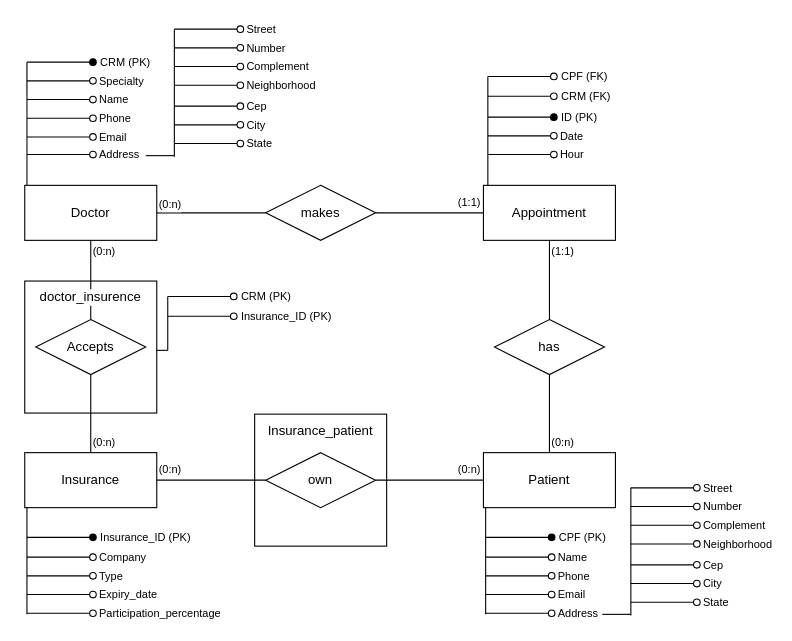
Above: banco_de_dados_relacional_trabalho_MER.drawio in geanbrandao/BDRelacional_T01 (draw.io), before the change. Source tidied: cells renumbered, new cells numbered last; positions are measured from the earlier drawing's top-left corner, leaving out a move shared by most shapes. Both pictures are drawn from the tidied source at 110%, with x=0, y=0 at pixel (24, 19).
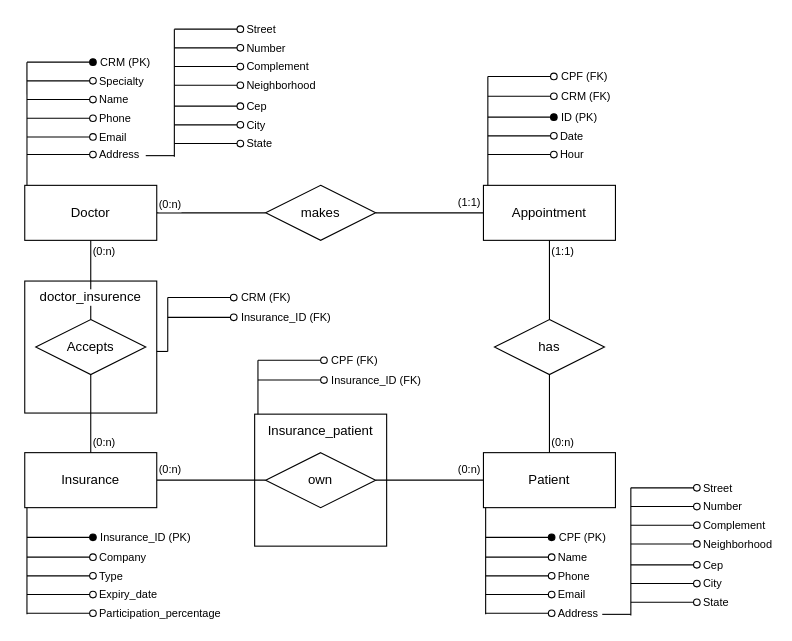
The same page after the edit.

Change to the diagram source:
```diff
@@
     <mxCell id="144" style="group;" parent="1" vertex="1">
-      <mxGeometry x="130" y="261" width="157" height="17" as="geometry" />
+      <mxGeometry x="212" y="319" width="157" height="17" as="geometry" />
     </mxCell>
@@
-    <mxCell id="146" value="&lt;font style=&quot;font-size: 10px;&quot;&gt;Insurance_ID (PK)&lt;/font&gt;" style="text;html=1;align=left;verticalAlign=middle;whiteSpace=wrap;rounded=0;fontFamily=Helvetica;fontSize=12;fontColor=default;" parent="144" vertex="1">
+    <mxCell id="146" value="&lt;font style=&quot;font-size: 10px;&quot;&gt;Insurance_ID (FK)&lt;/font&gt;" style="text;html=1;align=left;verticalAlign=middle;whiteSpace=wrap;rounded=0;fontFamily=Helvetica;fontSize=12;fontColor=default;" parent="144" vertex="1">
       <mxGeometry x="65" width="92" height="17" as="geometry" />
     </mxCell>
     <mxCell id="147" style="group;" parent="1" vertex="1">
-      <mxGeometry x="130" y="243" width="116" height="17" as="geometry" />
+      <mxGeometry x="212" y="301" width="116" height="17" as="geometry" />
     </mxCell>
@@
-    <mxCell id="149" value="&lt;font style=&quot;font-size: 10px;&quot;&gt;CRM (PK)&lt;/font&gt;" style="text;html=1;align=left;verticalAlign=middle;whiteSpace=wrap;rounded=0;fontFamily=Helvetica;fontSize=12;fontColor=default;" parent="147" vertex="1">
+    <mxCell id="149" value="&lt;font style=&quot;font-size: 10px;&quot;&gt;CPF (FK)&lt;/font&gt;" style="text;html=1;align=left;verticalAlign=middle;whiteSpace=wrap;rounded=0;fontFamily=Helvetica;fontSize=12;fontColor=default;" parent="147" vertex="1">
       <mxGeometry x="65" width="51" height="17" as="geometry" />
     </mxCell>
     <mxCell id="150" style="endArrow=none;html=1;rounded=0;fontFamily=Helvetica;fontSize=12;fontColor=default;" parent="1" edge="1">
       <mxGeometry relative="1" as="geometry">
-        <mxPoint x="130" y="301" as="sourcePoint" />
-        <mxPoint x="130" y="252" as="targetPoint" />
+        <mxPoint x="212" y="359" as="sourcePoint" />
+        <mxPoint x="212" y="310" as="targetPoint" />
       </mxGeometry>
     </mxCell>
@@
-    <mxCell id="152" style="endArrow=none;html=1;rounded=0;strokeColor=default;align=center;verticalAlign=middle;fontFamily=Helvetica;fontSize=12;fontColor=default;labelBackgroundColor=default;" parent="1" edge="1">
-      <mxGeometry relative="1" as="geometry">
-        <mxPoint x="120" y="301" as="sourcePoint" />
-        <mxPoint x="130" y="301" as="targetPoint" />
-      </mxGeometry>
-    </mxCell>
+    <mxCell id="153" style="group;" parent="1" vertex="1">
+      <mxGeometry x="130" y="262" width="157" height="17" as="geometry" />
+    </mxCell>
+    <mxCell id="154" style="endArrow=oval;html=1;rounded=0;fontFamily=Helvetica;fontSize=12;fontColor=default;strokeColor=default;entryX=0.5;entryY=0;entryDx=0;entryDy=0;endFill=0;" parent="153" edge="1">
+      <mxGeometry relative="1" as="geometry">
+        <mxPoint y="9" as="sourcePoint" />
+        <mxPoint x="60" y="9" as="targetPoint" />
+      </mxGeometry>
+    </mxCell>
+    <mxCell id="155" value="&lt;font style=&quot;font-size: 10px;&quot;&gt;Insurance_ID (FK)&lt;/font&gt;" style="text;html=1;align=left;verticalAlign=middle;whiteSpace=wrap;rounded=0;fontFamily=Helvetica;fontSize=12;fontColor=default;" parent="153" vertex="1">
+      <mxGeometry x="65" width="92" height="17" as="geometry" />
+    </mxCell>
+    <mxCell id="156" style="group;" parent="1" vertex="1">
+      <mxGeometry x="130" y="244" width="116" height="17" as="geometry" />
+    </mxCell>
+    <mxCell id="157" style="endArrow=oval;html=1;rounded=0;fontFamily=Helvetica;fontSize=12;fontColor=default;strokeColor=default;entryX=0.5;entryY=0;entryDx=0;entryDy=0;endFill=0;" parent="156" edge="1">
+      <mxGeometry relative="1" as="geometry">
+        <mxPoint y="9" as="sourcePoint" />
+        <mxPoint x="60" y="9" as="targetPoint" />
+      </mxGeometry>
+    </mxCell>
+    <mxCell id="158" value="&lt;font style=&quot;font-size: 10px;&quot;&gt;CRM (FK)&lt;/font&gt;" style="text;html=1;align=left;verticalAlign=middle;whiteSpace=wrap;rounded=0;fontFamily=Helvetica;fontSize=12;fontColor=default;" parent="156" vertex="1">
+      <mxGeometry x="65" width="51" height="17" as="geometry" />
+    </mxCell>
+    <mxCell id="159" style="endArrow=none;html=1;rounded=0;fontFamily=Helvetica;fontSize=12;fontColor=default;" parent="1" edge="1">
+      <mxGeometry relative="1" as="geometry">
+        <mxPoint x="130" y="302" as="sourcePoint" />
+        <mxPoint x="130" y="253" as="targetPoint" />
+      </mxGeometry>
+    </mxCell>
+    <mxCell id="160" style="endArrow=none;html=1;rounded=0;strokeColor=default;align=center;verticalAlign=middle;fontFamily=Helvetica;fontSize=12;fontColor=default;labelBackgroundColor=default;" parent="1" edge="1">
+      <mxGeometry relative="1" as="geometry">
+        <mxPoint x="120" y="302" as="sourcePoint" />
+        <mxPoint x="130" y="302" as="targetPoint" />
+      </mxGeometry>
+    </mxCell>
```
